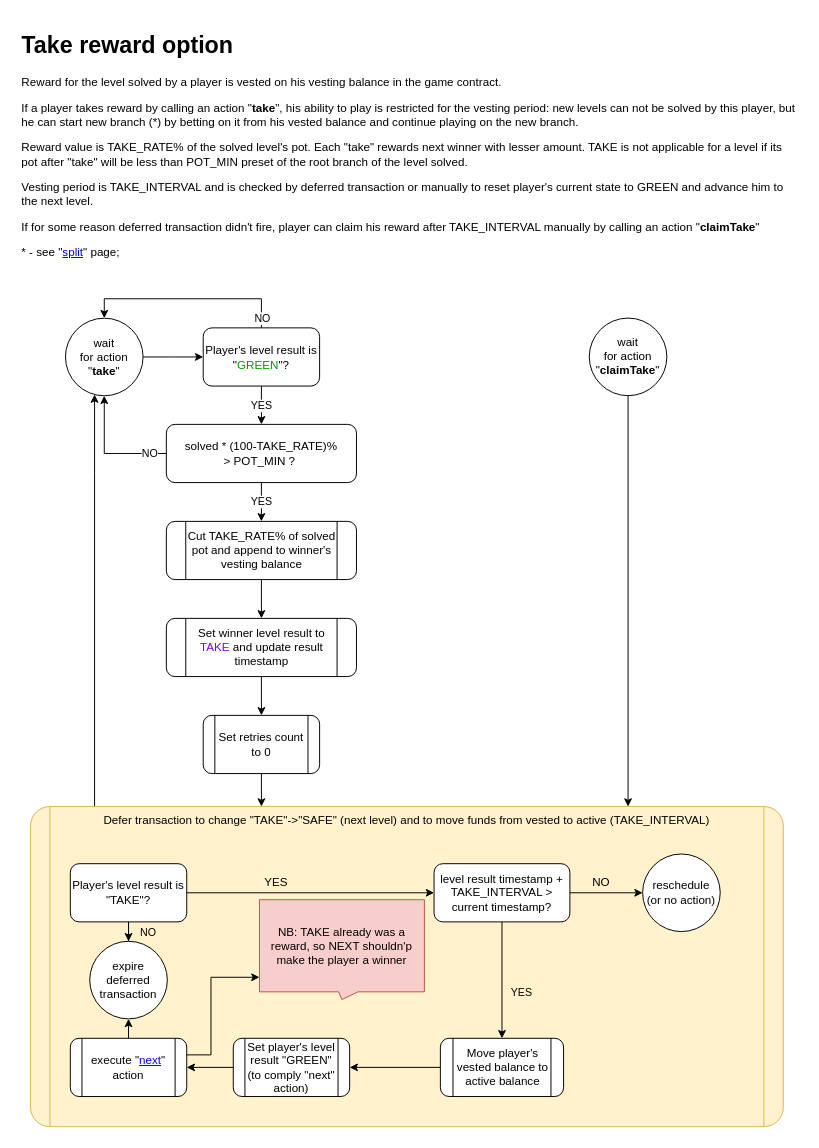
cptn-solo/woffler_contract keeps this draw.io diagram as page "take" (7 of 14) of ia/WOFFLER IA.drawio. Above is the earlier version. Source tidied: cells renumbered, new cells numbered last; positions are measured from the earlier drawing's top-left corner, leaving out a move shared by most shapes. Both pictures are drawn from the tidied source at 97%, with x=0, y=0 at pixel (16, 26).
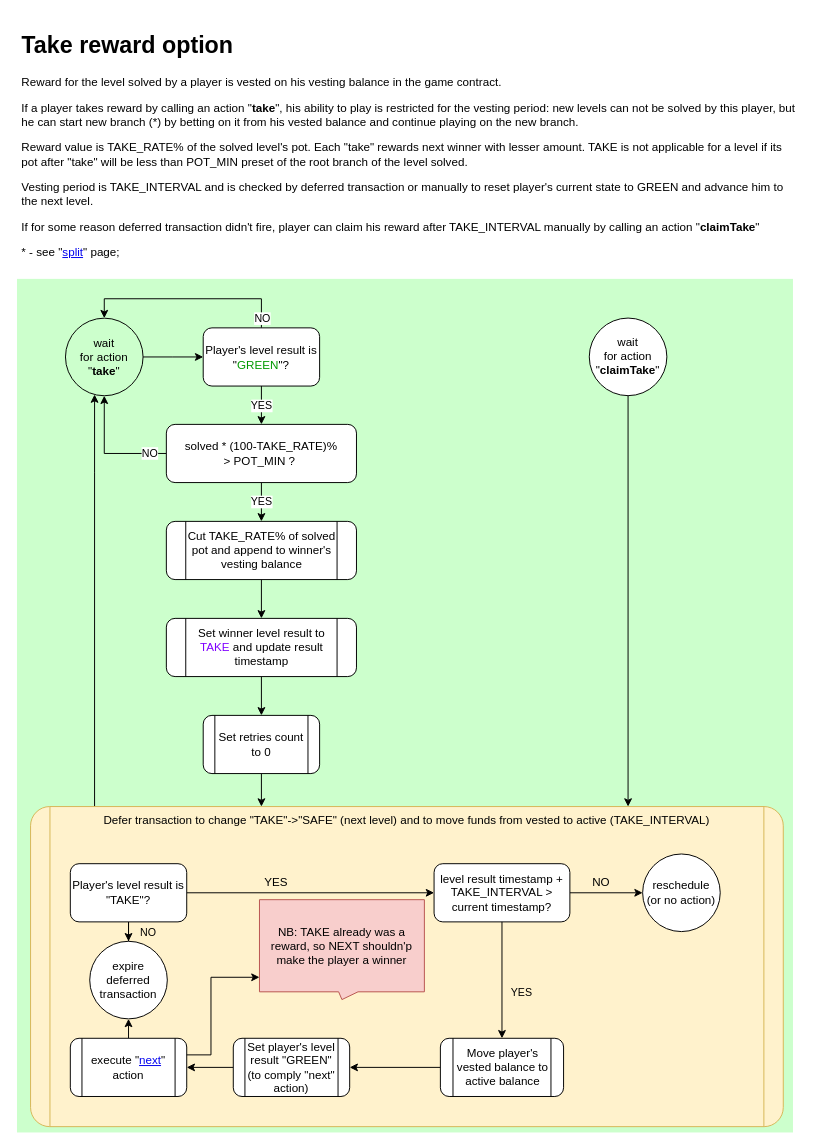
After the change.

What changed in the source:
```diff
@@
+    <mxCell id="40" parent="0" />
+    <mxCell id="41" style="rounded=0;whiteSpace=wrap;html=1;rotation=0;strokeColor=none;fillColor=#CCFFCC;" parent="40" vertex="1">
+      <mxGeometry y="260" width="800" height="880" as="geometry" />
+    </mxCell>
```
